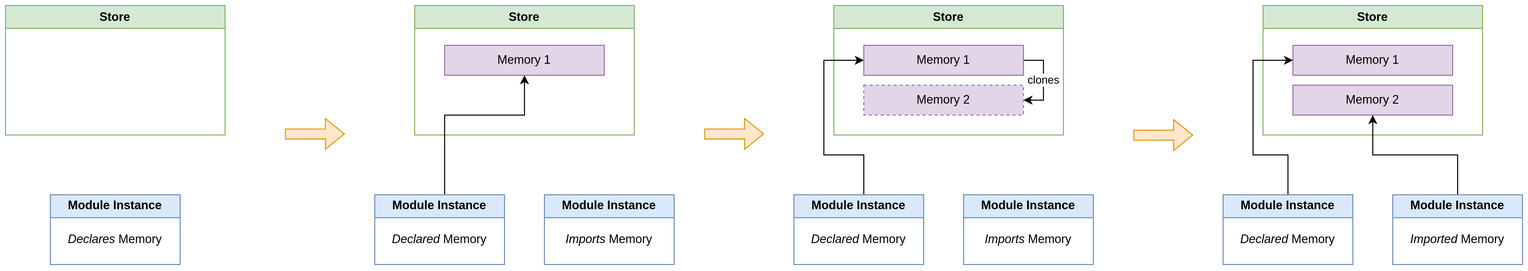
This is docs/imported_memory.png from AFKoffee/wasm-concurrency-analysis, a draw.io export, as it was before one commit. Source tidied: cells renumbered, new cells last; positions are measured from the earlier drawing's top-left corner, leaving out a move shared by most shapes.
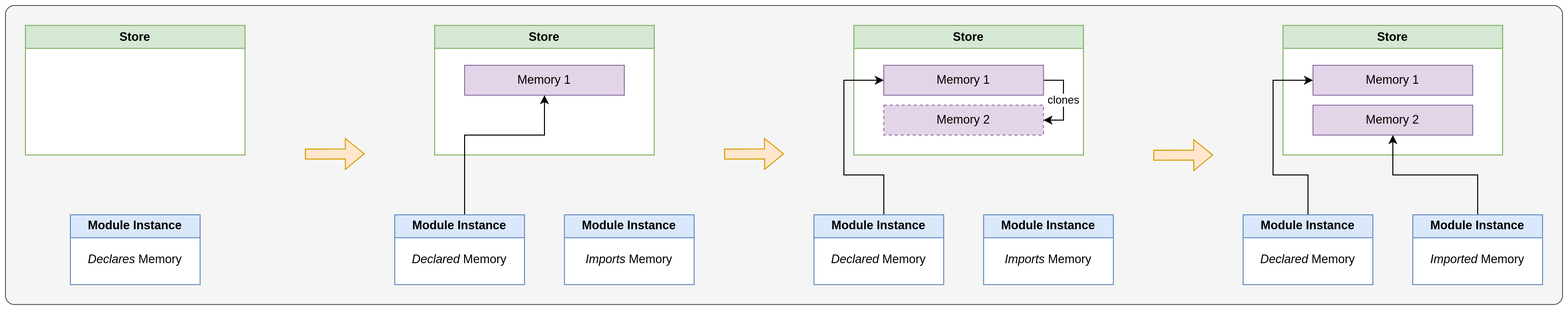
After the commit.

Change to the diagram source:
```diff
@@ -2,6 +2,9 @@
   <root>
     <mxCell id="0" />
     <mxCell id="1" parent="0" />
+    <mxCell id="33" style="rounded=1;whiteSpace=wrap;html=1;fillColor=#f5f5f5;fontColor=#333333;strokeColor=#666666;fontStyle=1;verticalAlign=top;labelPosition=center;verticalLabelPosition=middle;align=center;arcSize=3;" parent="1" vertex="1">
+      <mxGeometry x="-20" y="-20" width="1560" height="300" as="geometry" />
+    </mxCell>
     <mxCell id="2" value="Store" style="swimlane;whiteSpace=wrap;html=1;fillColor=#d5e8d4;strokeColor=#82b366;swimlaneFillColor=default;" parent="1" vertex="1">
       <mxGeometry width="220" height="130" as="geometry" />
     </mxCell>
```
